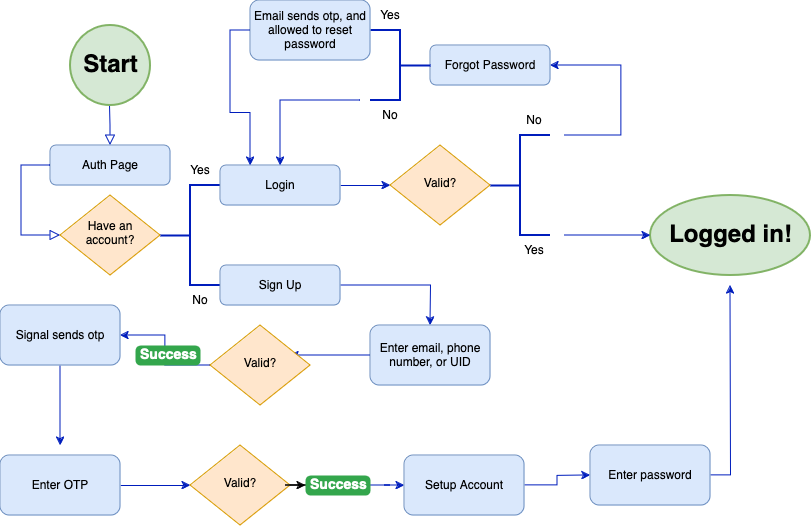
Before: auth.drawio.png, a diagram exported from draw.io (gabekutner/roommatefinder-backend). Source tidied: cells renumbered, new cells last; positions are measured from the earlier drawing's top-left corner, leaving out a move shared by most shapes.
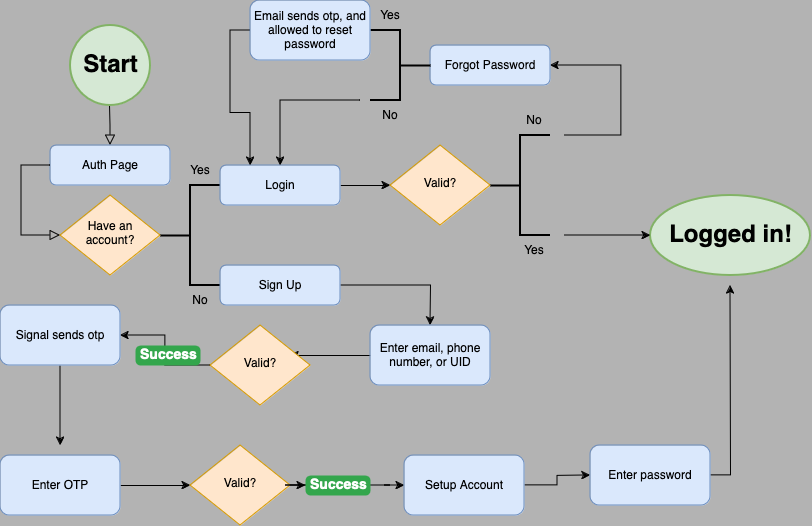
Later version of the same file.

Diff of the diagram source:
```diff
@@ -1,8 +1,8 @@
-<mxGraphModel>
+<mxGraphModel background="#B3B3B3">
   <root>
     <mxCell id="0" />
     <mxCell id="1" parent="0" />
-    <mxCell id="2" style="edgeStyle=orthogonalEdgeStyle;rounded=0;html=1;jettySize=auto;orthogonalLoop=1;fontSize=11;endArrow=block;endFill=0;endSize=8;strokeWidth=1;shadow=0;labelBackgroundColor=none;exitX=0.5;exitY=1;exitDx=0;exitDy=0;fillColor=#0050ef;strokeColor=#001DBC;" parent="1" edge="1">
+    <mxCell id="2" style="edgeStyle=orthogonalEdgeStyle;rounded=0;html=1;jettySize=auto;orthogonalLoop=1;fontSize=11;endArrow=block;endFill=0;endSize=8;strokeWidth=1;shadow=0;labelBackgroundColor=none;exitX=0.5;exitY=1;exitDx=0;exitDy=0;" parent="1" edge="1">
       <mxGeometry x="-0.32" y="7" relative="1" as="geometry">
         <mxPoint x="109.5" y="105" as="sourcePoint" />
         <mxPoint x="110" y="145" as="targetPoint" />
@@ -17,7 +17,7 @@
     <mxCell id="5" value="Auth Page" style="rounded=1;whiteSpace=wrap;html=1;fontSize=12;glass=0;strokeWidth=1;shadow=0;fillColor=#dae8fc;strokeColor=#6c8ebf;" parent="1" vertex="1">
       <mxGeometry x="50" y="145" width="120" height="40" as="geometry" />
     </mxCell>
-    <mxCell id="6" style="edgeStyle=orthogonalEdgeStyle;rounded=0;html=1;jettySize=auto;fontSize=11;endArrow=block;endFill=0;endSize=8;strokeWidth=1;shadow=0;labelBackgroundColor=none;exitX=0;exitY=0.5;exitDx=0;exitDy=0;entryX=0;entryY=0.5;entryDx=0;entryDy=0;fillColor=#0050ef;strokeColor=#001DBC;" parent="1" edge="1" source="5" target="7">
+    <mxCell id="6" style="edgeStyle=orthogonalEdgeStyle;rounded=0;html=1;jettySize=auto;fontSize=11;endArrow=block;endFill=0;endSize=8;strokeWidth=1;shadow=0;labelBackgroundColor=none;exitX=0;exitY=0.5;exitDx=0;exitDy=0;entryX=0;entryY=0.5;entryDx=0;entryDy=0;" parent="1" edge="1" source="5" target="7">
       <mxGeometry x="-0.32" y="7" relative="1" as="geometry">
         <Array as="points">
           <mxPoint x="21" y="165" />
@@ -28,7 +28,7 @@
     <mxCell id="7" value="Have an account?" style="rhombus;whiteSpace=wrap;html=1;shadow=0;fontFamily=Helvetica;fontSize=12;align=center;strokeWidth=1;spacing=6;spacingTop=-4;fillColor=#ffe6cc;strokeColor=#d79b00;" parent="1" vertex="1">
       <mxGeometry x="60" y="195" width="100" height="80" as="geometry" />
     </mxCell>
-    <mxCell id="8" style="strokeWidth=2;html=1;shape=mxgraph.flowchart.annotation_2;align=left;labelPosition=right;fillColor=#0050ef;fontColor=#ffffff;strokeColor=#001DBC;" parent="1" vertex="1">
+    <mxCell id="8" style="strokeWidth=2;html=1;shape=mxgraph.flowchart.annotation_2;align=left;labelPosition=right;" parent="1" vertex="1">
       <mxGeometry x="160" y="185" width="60" height="100" as="geometry" />
     </mxCell>
     <mxCell id="9" value="Yes" style="text;html=1;align=center;verticalAlign=middle;whiteSpace=wrap;rounded=0;" parent="1" vertex="1">
@@ -37,7 +37,7 @@
     <mxCell id="10" value="No" style="text;html=1;align=center;verticalAlign=middle;whiteSpace=wrap;rounded=0;" parent="1" vertex="1">
       <mxGeometry x="170" y="285" width="60" height="30" as="geometry" />
     </mxCell>
-    <mxCell id="11" style="edgeStyle=orthogonalEdgeStyle;rounded=0;jettySize=auto;html=1;exitX=1;exitY=0.5;exitDx=0;exitDy=0;fillColor=#0050ef;strokeColor=#001DBC;" parent="1" edge="1" source="12">
+    <mxCell id="11" style="edgeStyle=orthogonalEdgeStyle;rounded=0;jettySize=auto;html=1;exitX=1;exitY=0.5;exitDx=0;exitDy=0;" parent="1" edge="1" source="12">
       <mxGeometry relative="1" as="geometry">
         <mxPoint x="430" y="325" as="targetPoint" />
       </mxGeometry>
@@ -45,7 +45,7 @@
     <mxCell id="12" value="Sign Up" style="rounded=1;whiteSpace=wrap;html=1;fontSize=12;glass=0;strokeWidth=1;shadow=0;fillColor=#dae8fc;strokeColor=#6c8ebf;" parent="1" vertex="1">
       <mxGeometry x="220" y="265" width="120" height="40" as="geometry" />
     </mxCell>
-    <mxCell id="13" style="edgeStyle=orthogonalEdgeStyle;rounded=0;jettySize=auto;html=1;exitX=1;exitY=0.5;exitDx=0;exitDy=0;entryX=0;entryY=0.5;entryDx=0;entryDy=0;fillColor=#0050ef;strokeColor=#001DBC;" parent="1" edge="1" source="14" target="15">
+    <mxCell id="13" style="edgeStyle=orthogonalEdgeStyle;rounded=0;jettySize=auto;html=1;exitX=1;exitY=0.5;exitDx=0;exitDy=0;entryX=0;entryY=0.5;entryDx=0;entryDy=0;" parent="1" edge="1" source="14" target="15">
       <mxGeometry relative="1" as="geometry" />
     </mxCell>
     <mxCell id="14" value="Login" style="rounded=1;whiteSpace=wrap;html=1;fontSize=12;glass=0;strokeWidth=1;shadow=0;fillColor=#dae8fc;strokeColor=#6c8ebf;" parent="1" vertex="1">
@@ -54,13 +54,13 @@
     <mxCell id="15" value="Valid?" style="rhombus;whiteSpace=wrap;html=1;shadow=0;fontFamily=Helvetica;fontSize=12;align=center;strokeWidth=1;spacing=6;spacingTop=-4;fillColor=#ffe6cc;strokeColor=#d79b00;" parent="1" vertex="1">
       <mxGeometry x="390" y="145" width="100" height="80" as="geometry" />
     </mxCell>
-    <mxCell id="16" style="strokeWidth=2;html=1;shape=mxgraph.flowchart.annotation_2;align=left;labelPosition=right;fillColor=#0050ef;fontColor=#ffffff;strokeColor=#001DBC;" parent="1" vertex="1">
+    <mxCell id="16" style="strokeWidth=2;html=1;shape=mxgraph.flowchart.annotation_2;align=left;labelPosition=right;" parent="1" vertex="1">
       <mxGeometry x="490" y="135" width="60" height="100" as="geometry" />
     </mxCell>
     <mxCell id="17" value="Yes" style="text;html=1;align=center;verticalAlign=middle;whiteSpace=wrap;rounded=0;" parent="1" vertex="1">
       <mxGeometry x="504" y="235" width="60" height="30" as="geometry" />
     </mxCell>
-    <mxCell id="18" style="edgeStyle=orthogonalEdgeStyle;rounded=0;jettySize=auto;html=1;exitX=1;exitY=1;exitDx=0;exitDy=0;fillColor=#0050ef;strokeColor=#001DBC;" parent="1" edge="1" source="19">
+    <mxCell id="18" style="edgeStyle=orthogonalEdgeStyle;rounded=0;jettySize=auto;html=1;exitX=1;exitY=1;exitDx=0;exitDy=0;" parent="1" edge="1" source="19">
       <mxGeometry relative="1" as="geometry">
         <mxPoint x="550" y="65" as="targetPoint" />
         <Array as="points">
@@ -74,10 +74,10 @@
     <mxCell id="20" value="Forgot Password" style="rounded=1;whiteSpace=wrap;html=1;fontSize=12;glass=0;strokeWidth=1;shadow=0;fillColor=#dae8fc;strokeColor=#6c8ebf;" parent="1" vertex="1">
       <mxGeometry x="430" y="45" width="120" height="40" as="geometry" />
     </mxCell>
-    <mxCell id="21" style="strokeWidth=2;html=1;shape=mxgraph.flowchart.annotation_2;align=left;labelPosition=right;direction=west;fillColor=#0050ef;fontColor=#ffffff;strokeColor=#001DBC;" parent="1" vertex="1">
+    <mxCell id="21" style="strokeWidth=2;html=1;shape=mxgraph.flowchart.annotation_2;align=left;labelPosition=right;direction=west;" parent="1" vertex="1">
       <mxGeometry x="370" y="30" width="60" height="70" as="geometry" />
     </mxCell>
-    <mxCell id="22" style="edgeStyle=orthogonalEdgeStyle;rounded=0;jettySize=auto;html=1;exitX=0;exitY=0;exitDx=0;exitDy=0;entryX=0.5;entryY=0;entryDx=0;entryDy=0;fillColor=#0050ef;strokeColor=#001DBC;" parent="1" edge="1" source="23" target="14">
+    <mxCell id="22" style="edgeStyle=orthogonalEdgeStyle;rounded=0;jettySize=auto;html=1;exitX=0;exitY=0;exitDx=0;exitDy=0;entryX=0.5;entryY=0;entryDx=0;entryDy=0;" parent="1" edge="1" source="23" target="14">
       <mxGeometry relative="1" as="geometry">
         <Array as="points">
           <mxPoint x="280" y="100" />
@@ -96,7 +96,7 @@
     <mxCell id="26" value="Logged in!" style="text;strokeColor=none;fillColor=none;html=1;fontSize=24;fontStyle=1;verticalAlign=middle;align=center;" parent="1" vertex="1">
       <mxGeometry x="680" y="215" width="100" height="40" as="geometry" />
     </mxCell>
-    <mxCell id="27" style="edgeStyle=orthogonalEdgeStyle;rounded=0;jettySize=auto;html=1;exitX=1;exitY=0;exitDx=0;exitDy=0;entryX=0;entryY=0.5;entryDx=0;entryDy=0;entryPerimeter=0;fillColor=#0050ef;strokeColor=#001DBC;" parent="1" edge="1" source="17" target="25">
+    <mxCell id="27" style="edgeStyle=orthogonalEdgeStyle;rounded=0;jettySize=auto;html=1;exitX=1;exitY=0;exitDx=0;exitDy=0;entryX=0;entryY=0.5;entryDx=0;entryDy=0;entryPerimeter=0;" parent="1" edge="1" source="17" target="25">
       <mxGeometry relative="1" as="geometry">
         <Array as="points">
           <mxPoint x="590" y="235" />
@@ -104,21 +104,22 @@
         </Array>
       </mxGeometry>
     </mxCell>
-    <mxCell id="28" style="edgeStyle=orthogonalEdgeStyle;rounded=0;jettySize=auto;html=1;fillColor=#0050ef;strokeColor=#001DBC;" parent="1" edge="1" source="29">
+    <mxCell id="28" style="edgeStyle=orthogonalEdgeStyle;rounded=0;orthogonalLoop=1;jettySize=auto;html=1;" parent="1" edge="1">
       <mxGeometry relative="1" as="geometry">
+        <mxPoint x="370" y="355" as="sourcePoint" />
         <mxPoint x="290" y="355" as="targetPoint" />
       </mxGeometry>
     </mxCell>
     <mxCell id="29" value="Enter email, phone number, or UID" style="rounded=1;whiteSpace=wrap;html=1;fontSize=12;glass=0;strokeWidth=1;shadow=0;fillColor=#dae8fc;strokeColor=#6c8ebf;" parent="1" vertex="1">
       <mxGeometry x="370" y="325" width="120" height="60" as="geometry" />
     </mxCell>
-    <mxCell id="30" style="edgeStyle=orthogonalEdgeStyle;rounded=0;jettySize=auto;html=1;exitX=0;exitY=0.5;exitDx=0;exitDy=0;entryX=1;entryY=0.5;entryDx=0;entryDy=0;fillColor=#0050ef;strokeColor=#001DBC;" parent="1" edge="1" source="31" target="33">
+    <mxCell id="30" style="edgeStyle=orthogonalEdgeStyle;rounded=0;jettySize=auto;html=1;exitX=0;exitY=0.5;exitDx=0;exitDy=0;entryX=1;entryY=0.5;entryDx=0;entryDy=0;" parent="1" edge="1" source="31" target="33">
       <mxGeometry relative="1" as="geometry" />
     </mxCell>
     <mxCell id="31" value="Valid?" style="rhombus;whiteSpace=wrap;html=1;shadow=0;fontFamily=Helvetica;fontSize=12;align=center;strokeWidth=1;spacing=6;spacingTop=-4;fillColor=#ffe6cc;strokeColor=#d79b00;" parent="1" vertex="1">
       <mxGeometry x="210" y="325" width="100" height="80" as="geometry" />
     </mxCell>
-    <mxCell id="32" style="edgeStyle=orthogonalEdgeStyle;rounded=0;jettySize=auto;html=1;fillColor=#0050ef;strokeColor=#001DBC;" parent="1" edge="1" source="33">
+    <mxCell id="32" style="edgeStyle=orthogonalEdgeStyle;rounded=0;jettySize=auto;html=1;" parent="1" edge="1" source="33">
       <mxGeometry relative="1" as="geometry">
         <mxPoint x="60" y="445" as="targetPoint" />
       </mxGeometry>
@@ -126,19 +127,19 @@
     <mxCell id="33" value="Signal sends otp" style="rounded=1;whiteSpace=wrap;html=1;fontSize=12;glass=0;strokeWidth=1;shadow=0;fillColor=#dae8fc;strokeColor=#6c8ebf;" parent="1" vertex="1">
       <mxGeometry y="305" width="120" height="60" as="geometry" />
     </mxCell>
-    <mxCell id="34" style="edgeStyle=orthogonalEdgeStyle;rounded=0;jettySize=auto;html=1;exitX=1;exitY=0.5;exitDx=0;exitDy=0;entryX=0;entryY=0.5;entryDx=0;entryDy=0;fillColor=#0050ef;strokeColor=#001DBC;" parent="1" edge="1" source="35" target="37">
+    <mxCell id="34" style="edgeStyle=orthogonalEdgeStyle;rounded=0;jettySize=auto;html=1;exitX=1;exitY=0.5;exitDx=0;exitDy=0;entryX=0;entryY=0.5;entryDx=0;entryDy=0;" parent="1" edge="1" source="35" target="37">
       <mxGeometry relative="1" as="geometry" />
     </mxCell>
     <mxCell id="35" value="Enter OTP" style="rounded=1;whiteSpace=wrap;html=1;fontSize=12;glass=0;strokeWidth=1;shadow=0;fillColor=#dae8fc;strokeColor=#6c8ebf;" parent="1" vertex="1">
       <mxGeometry y="455" width="120" height="60" as="geometry" />
     </mxCell>
-    <mxCell id="36" style="edgeStyle=orthogonalEdgeStyle;rounded=0;jettySize=auto;html=1;entryX=0;entryY=0.5;entryDx=0;entryDy=0;fillColor=#0050ef;strokeColor=#001DBC;" parent="1" edge="1" source="44" target="39">
+    <mxCell id="36" style="edgeStyle=orthogonalEdgeStyle;rounded=0;jettySize=auto;html=1;entryX=0;entryY=0.5;entryDx=0;entryDy=0;" parent="1" edge="1" source="44" target="39">
       <mxGeometry relative="1" as="geometry" />
     </mxCell>
     <mxCell id="37" value="Valid?" style="rhombus;whiteSpace=wrap;html=1;shadow=0;fontFamily=Helvetica;fontSize=12;align=center;strokeWidth=1;spacing=6;spacingTop=-4;fillColor=#ffe6cc;strokeColor=#d79b00;" parent="1" vertex="1">
       <mxGeometry x="190" y="445" width="100" height="80" as="geometry" />
     </mxCell>
-    <mxCell id="38" style="edgeStyle=orthogonalEdgeStyle;rounded=0;jettySize=auto;html=1;fillColor=#0050ef;strokeColor=#001DBC;" parent="1" edge="1" source="39">
+    <mxCell id="38" style="edgeStyle=orthogonalEdgeStyle;rounded=0;jettySize=auto;html=1;" parent="1" edge="1" source="39">
       <mxGeometry relative="1" as="geometry">
         <mxPoint x="590" y="475" as="targetPoint" />
       </mxGeometry>
@@ -146,7 +147,7 @@
     <mxCell id="39" value="Setup Account" style="rounded=1;whiteSpace=wrap;html=1;fontSize=12;glass=0;strokeWidth=1;shadow=0;fillColor=#dae8fc;strokeColor=#6c8ebf;" parent="1" vertex="1">
       <mxGeometry x="404" y="455" width="120" height="60" as="geometry" />
     </mxCell>
-    <mxCell id="40" style="edgeStyle=orthogonalEdgeStyle;rounded=0;jettySize=auto;html=1;fillColor=#0050ef;strokeColor=#001DBC;" parent="1" edge="1" source="41">
+    <mxCell id="40" style="edgeStyle=orthogonalEdgeStyle;rounded=0;jettySize=auto;html=1;" parent="1" edge="1" source="41">
       <mxGeometry relative="1" as="geometry">
         <mxPoint x="730" y="285" as="targetPoint" />
       </mxGeometry>
@@ -163,7 +164,7 @@
     <mxCell id="44" value="Success" style="html=1;shadow=0;dashed=0;shape=mxgraph.bootstrap.rrect;rSize=5;strokeColor=none;strokeWidth=1;fillColor=#33A64C;fontColor=#FFFFFF;whiteSpace=wrap;align=left;verticalAlign=middle;spacingLeft=0;fontStyle=1;fontSize=14;spacing=5;" parent="1" vertex="1">
       <mxGeometry x="305" y="475" width="65" height="20" as="geometry" />
     </mxCell>
-    <mxCell id="45" style="edgeStyle=orthogonalEdgeStyle;rounded=0;jettySize=auto;html=1;exitX=0;exitY=0.5;exitDx=0;exitDy=0;entryX=0.25;entryY=0;entryDx=0;entryDy=0;fillColor=#0050ef;strokeColor=#001DBC;" parent="1" edge="1" source="46" target="14">
+    <mxCell id="45" style="edgeStyle=orthogonalEdgeStyle;rounded=0;jettySize=auto;html=1;exitX=0;exitY=0.5;exitDx=0;exitDy=0;entryX=0.25;entryY=0;entryDx=0;entryDy=0;" parent="1" edge="1" source="46" target="14">
       <mxGeometry relative="1" as="geometry" />
     </mxCell>
     <mxCell id="46" value="Email sends otp, and allowed to reset password" style="rounded=1;whiteSpace=wrap;html=1;fontSize=12;glass=0;strokeWidth=1;shadow=0;fillColor=#dae8fc;strokeColor=#6c8ebf;" parent="1" vertex="1">
```
